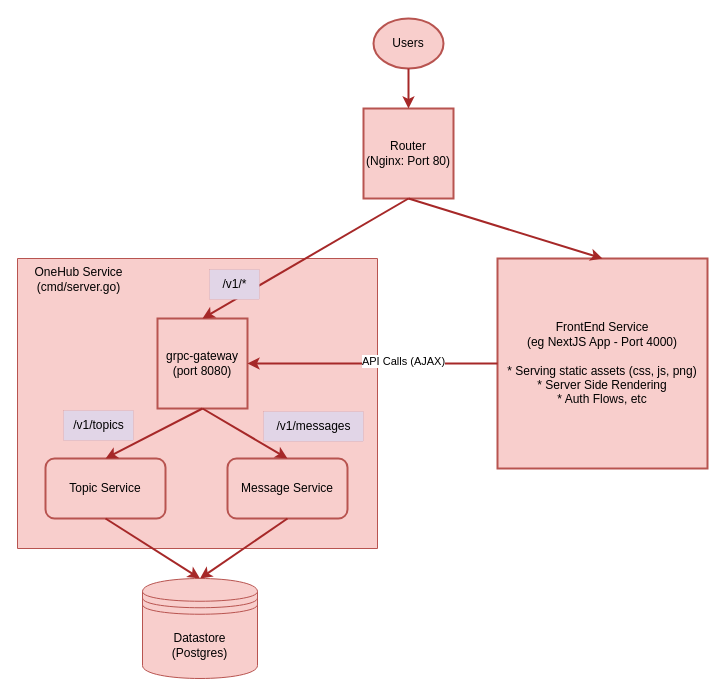
Earlier version of the draw.io diagram page "New Architecture" (2 of 2) of docs/Part8CurrProposedArchitecture.drawio (panyam/blog). Source tidied: cells renumbered, new cells numbered last; positions are measured from the earlier drawing's top-left corner, leaving out a move shared by most shapes. Both pictures are drawn from the tidied source at 100%, with x=0, y=0 at pixel (17, 18).
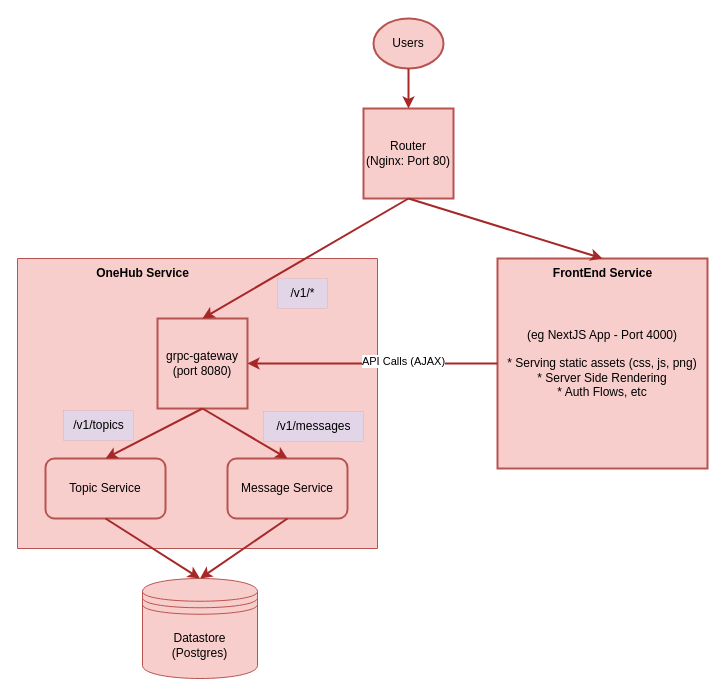
The same diagram, later.

Change to the diagram source:
```diff
@@
     <mxCell id="15" value="/v1/*" style="text;html=1;align=center;verticalAlign=middle;strokeColor=#A62828;fillColor=#e1d5e7;strokeWidth=0;" parent="1" vertex="1">
-      <mxGeometry x="192" y="251" width="50" height="30" as="geometry" />
+      <mxGeometry x="260" y="260" width="50" height="30" as="geometry" />
     </mxCell>
@@
-    <mxCell id="18" value="OneHub Service&lt;br&gt;(cmd/server.go)" style="text;html=1;align=center;verticalAlign=middle;strokeColor=none;fillColor=none;" parent="1" vertex="1">
-      <mxGeometry x="6" y="241" width="110" height="40" as="geometry" />
+    <mxCell id="18" value="&lt;b&gt;OneHub Service&lt;/b&gt;" style="text;html=1;align=center;verticalAlign=middle;strokeColor=none;fillColor=none;" parent="1" vertex="1">
+      <mxGeometry x="65" y="240" width="120" height="30" as="geometry" />
     </mxCell>
-    <mxCell id="19" value="FrontEnd Service&lt;br&gt;(eg NextJS App - Port 4000)&lt;br&gt;&lt;br&gt;* Serving static assets (css, js, png)&lt;br&gt;* Server Side Rendering&lt;br&gt;* Auth Flows, etc" style="whiteSpace=wrap;html=1;fillColor=#f8cecc;strokeColor=#b85450;strokeWidth=2;" parent="1" vertex="1">
+    <mxCell id="19" value="(eg NextJS App - Port 4000)&lt;br&gt;&lt;br&gt;* Serving static assets (css, js, png)&lt;br&gt;* Server Side Rendering&lt;br&gt;* Auth Flows, etc" style="whiteSpace=wrap;html=1;fillColor=#f8cecc;strokeColor=#b85450;strokeWidth=2;" parent="1" vertex="1">
       <mxGeometry x="480" y="240" width="210" height="210" as="geometry" />
     </mxCell>
@@
+    <mxCell id="23" value="&lt;b&gt;FrontEnd Service&lt;/b&gt;" style="text;html=1;align=center;verticalAlign=middle;strokeColor=none;fillColor=none;" parent="1" vertex="1">
+      <mxGeometry x="525" y="240" width="120" height="30" as="geometry" />
+    </mxCell>
```
